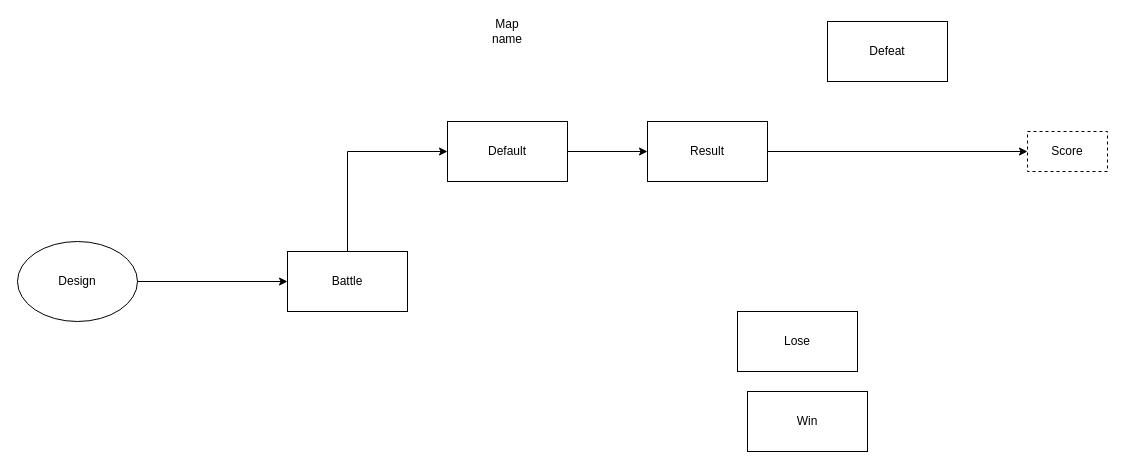
Before: Untitled Diagram.drawio in vetcat/ECSAchleySample, a draw.io diagram. Source tidied: cells renumbered, new cells numbered last; positions are measured from the earlier drawing's top-left corner, leaving out a move shared by most shapes. Both pictures are drawn from the tidied source at 100%, with x=0, y=0 at pixel (17, 21).
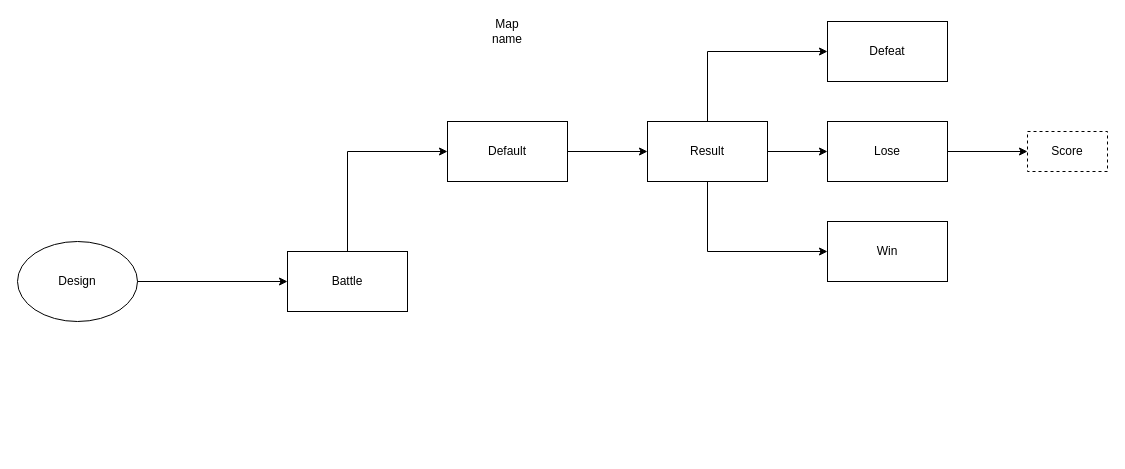
After the change.

The change refers to these unchanged cells:
```xml
<mxCell id="7" value="Result&lt;br&gt;" style="rounded=0;whiteSpace=wrap;html=1;" parent="1" vertex="1">
  <mxGeometry x="630" y="100" width="120" height="60" as="geometry" />
</mxCell>
<mxCell id="9" value="Score" style="rounded=0;whiteSpace=wrap;html=1;dashed=1;" parent="1" vertex="1">
  <mxGeometry x="1010" y="110" width="80" height="40" as="geometry" />
</mxCell>
<mxCell id="11" value="Defeat&lt;br&gt;" style="rounded=0;whiteSpace=wrap;html=1;" parent="1" vertex="1">
  <mxGeometry x="810" width="120" height="60" as="geometry" />
</mxCell>
```

What changed in the source:
```diff
@@
-    <mxCell id="10" style="endArrow=classic;html=1;" parent="1" edge="1" source="7" target="9">
-      <mxGeometry relative="1" as="geometry" />
+    <mxCell id="10" style="endArrow=classic;html=1;rounded=0;" parent="1" edge="1" source="7" target="11">
+      <mxGeometry relative="1" as="geometry">
+        <Array as="points">
+          <mxPoint x="690" y="30" />
+        </Array>
+      </mxGeometry>
     </mxCell>
@@
     <mxCell id="12" value="Lose&lt;br&gt;" style="rounded=0;whiteSpace=wrap;html=1;" parent="1" vertex="1">
-      <mxGeometry x="720" y="290" width="120" height="60" as="geometry" />
+      <mxGeometry x="810" y="100" width="120" height="60" as="geometry" />
     </mxCell>
     <mxCell id="13" value="Win&lt;br&gt;" style="rounded=0;whiteSpace=wrap;html=1;" parent="1" vertex="1">
-      <mxGeometry x="730" y="370" width="120" height="60" as="geometry" />
+      <mxGeometry x="810" y="200" width="120" height="60" as="geometry" />
     </mxCell>
@@
+    <mxCell id="15" style="endArrow=classic;html=1;" parent="1" edge="1" source="7" target="12">
+      <mxGeometry relative="1" as="geometry" />
+    </mxCell>
+    <mxCell id="16" style="endArrow=classic;html=1;" parent="1" edge="1" source="12" target="9">
+      <mxGeometry relative="1" as="geometry" />
+    </mxCell>
+    <mxCell id="17" style="endArrow=classic;html=1;rounded=0;" parent="1" edge="1" source="7" target="13">
+      <mxGeometry relative="1" as="geometry">
+        <Array as="points">
+          <mxPoint x="690" y="230" />
+        </Array>
+      </mxGeometry>
+    </mxCell>
```
